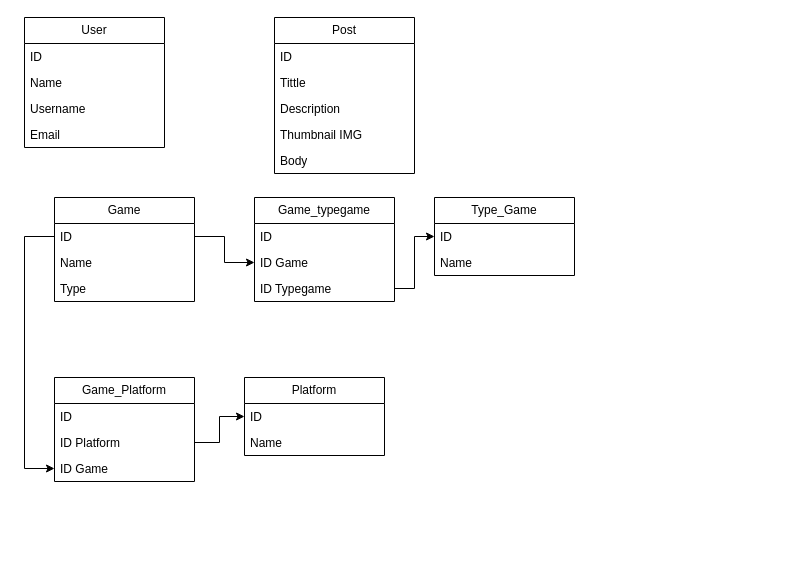
Earlier version of the draw.io diagram assets/vh.drawio (DEsoTVH/tvhpage). Source tidied: cells renumbered, new cells numbered last; positions are measured from the earlier drawing's top-left corner, leaving out a move shared by most shapes. Both pictures are drawn from the tidied source at 100%, with x=0, y=0 at pixel (24, 17).
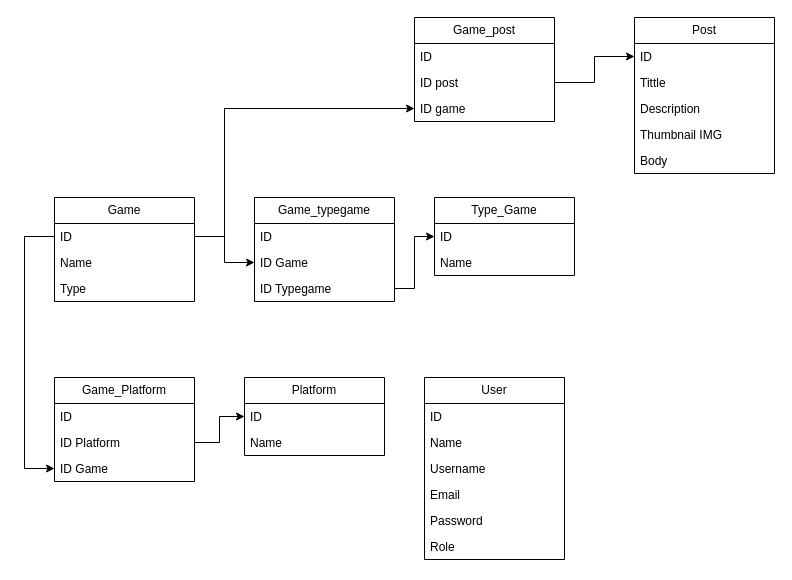
After the change.

The change refers to these unchanged cells:
```xml
<mxCell id="8" value="ID" style="text;strokeColor=none;fillColor=none;align=left;verticalAlign=top;spacingLeft=4;spacingRight=4;overflow=hidden;points=[[0,0.5],[1,0.5]];portConstraint=eastwest;whiteSpace=wrap;html=1;" parent="7" vertex="1">
  <mxGeometry y="26" width="140" height="26" as="geometry" />
</mxCell>
<mxCell id="17" value="ID" style="text;strokeColor=none;fillColor=none;align=left;verticalAlign=top;spacingLeft=4;spacingRight=4;overflow=hidden;points=[[0,0.5],[1,0.5]];portConstraint=eastwest;whiteSpace=wrap;html=1;" parent="16" vertex="1">
  <mxGeometry y="26" width="140" height="26" as="geometry" />
</mxCell>
```

The edit, as a diff of the source:
```diff
@@
     <mxCell id="2" value="User" style="swimlane;fontStyle=0;horizontal=1;startSize=26;fillColor=none;whiteSpace=wrap;html=1;" parent="1" vertex="1">
-      <mxGeometry width="140" height="130" as="geometry" />
+      <mxGeometry x="400" y="360" width="140" height="182" as="geometry" />
     </mxCell>
@@
+    <mxCell id="35" value="Password&lt;br&gt;" style="text;strokeColor=none;fillColor=none;align=left;verticalAlign=top;spacingLeft=4;spacingRight=4;overflow=hidden;whiteSpace=wrap;html=1;" parent="2" vertex="1">
+      <mxGeometry y="130" width="140" height="26" as="geometry" />
+    </mxCell>
+    <mxCell id="36" value="Role" style="text;strokeColor=none;fillColor=none;align=left;verticalAlign=top;spacingLeft=4;spacingRight=4;overflow=hidden;whiteSpace=wrap;html=1;" parent="2" vertex="1">
+      <mxGeometry y="156" width="140" height="26" as="geometry" />
+    </mxCell>
     <mxCell id="7" value="Post" style="swimlane;fontStyle=0;horizontal=1;startSize=26;fillColor=none;whiteSpace=wrap;html=1;" parent="1" vertex="1">
-      <mxGeometry x="250" width="140" height="156" as="geometry" />
+      <mxGeometry x="610" width="140" height="156" as="geometry" />
     </mxCell>
@@
+    <mxCell id="37" value="Game_post" style="swimlane;fontStyle=0;horizontal=1;startSize=26;fillColor=none;whiteSpace=wrap;html=1;" parent="1" vertex="1">
+      <mxGeometry x="390" width="140" height="104" as="geometry" />
+    </mxCell>
+    <mxCell id="38" value="ID" style="text;strokeColor=none;fillColor=none;align=left;verticalAlign=top;spacingLeft=4;spacingRight=4;overflow=hidden;whiteSpace=wrap;html=1;" parent="37" vertex="1">
+      <mxGeometry y="26" width="140" height="26" as="geometry" />
+    </mxCell>
+    <mxCell id="39" value="ID post" style="text;strokeColor=none;fillColor=none;align=left;verticalAlign=top;spacingLeft=4;spacingRight=4;overflow=hidden;points=[[0,0.5],[1,0.5]];portConstraint=eastwest;whiteSpace=wrap;html=1;" parent="37" vertex="1">
+      <mxGeometry y="52" width="140" height="26" as="geometry" />
+    </mxCell>
+    <mxCell id="40" value="ID game" style="text;strokeColor=none;fillColor=none;align=left;verticalAlign=top;spacingLeft=4;spacingRight=4;overflow=hidden;points=[[0,0.5],[1,0.5]];portConstraint=eastwest;whiteSpace=wrap;html=1;" parent="37" vertex="1">
+      <mxGeometry y="78" width="140" height="26" as="geometry" />
+    </mxCell>
+    <mxCell id="41" style="edgeStyle=orthogonalEdgeStyle;rounded=0;jettySize=auto;html=1;exitX=1;exitY=0.5;exitDx=0;exitDy=0;entryX=0;entryY=0.5;entryDx=0;entryDy=0;" parent="1" edge="1" source="17" target="40">
+      <mxGeometry relative="1" as="geometry">
+        <Array as="points">
+          <mxPoint x="200" y="219" />
+          <mxPoint x="200" y="91" />
+        </Array>
+      </mxGeometry>
+    </mxCell>
+    <mxCell id="42" style="edgeStyle=orthogonalEdgeStyle;rounded=0;jettySize=auto;html=1;exitX=1;exitY=0.5;exitDx=0;exitDy=0;entryX=0;entryY=0.5;entryDx=0;entryDy=0;" parent="1" edge="1" source="39" target="8">
+      <mxGeometry relative="1" as="geometry" />
+    </mxCell>
```
